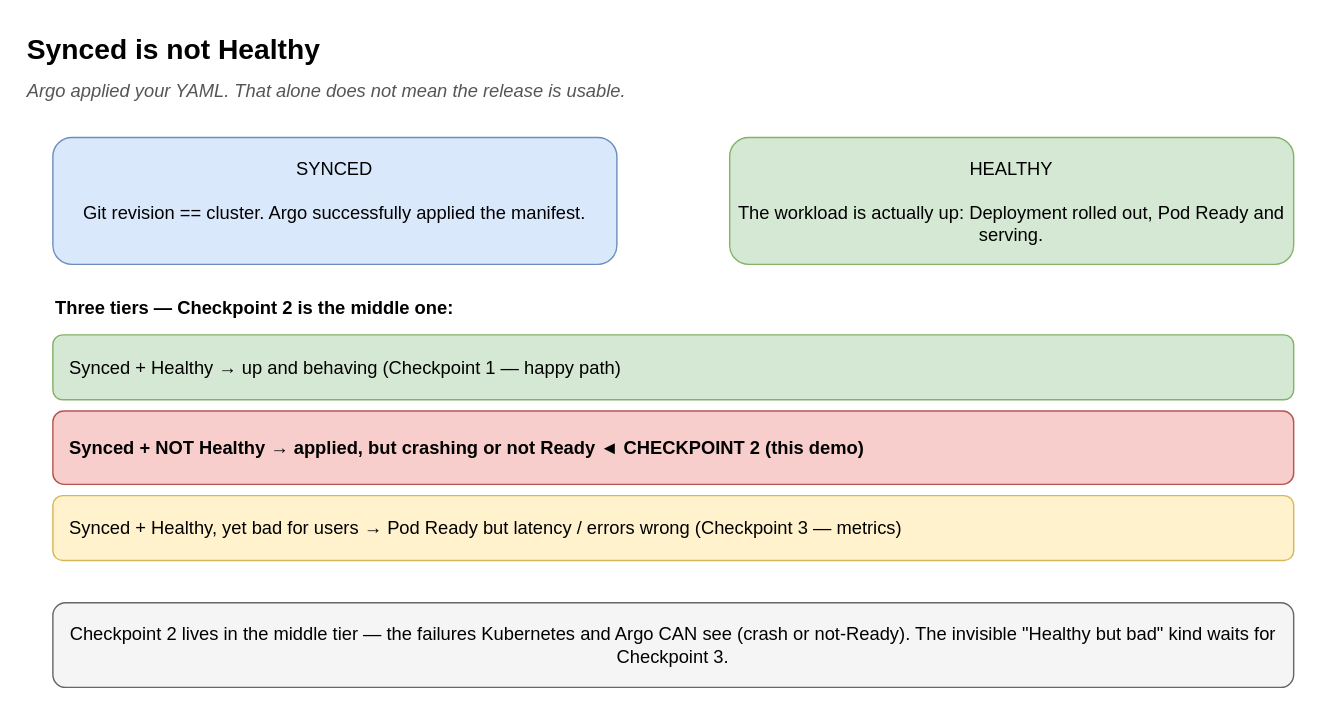
This is page "1 · Synced ≠ Healthy" (1 of 4) of docs/checkpoint-2-concepts.drawio from therealdumbprogrammer/delivery-lab, a draw.io file, before an edit. Source tidied: cells renumbered, new cells numbered last; positions are measured from the earlier drawing's top-left corner, leaving out a move shared by most shapes. Both pictures are drawn from the tidied source at 141%, with x=0, y=0 at pixel (24, 24).
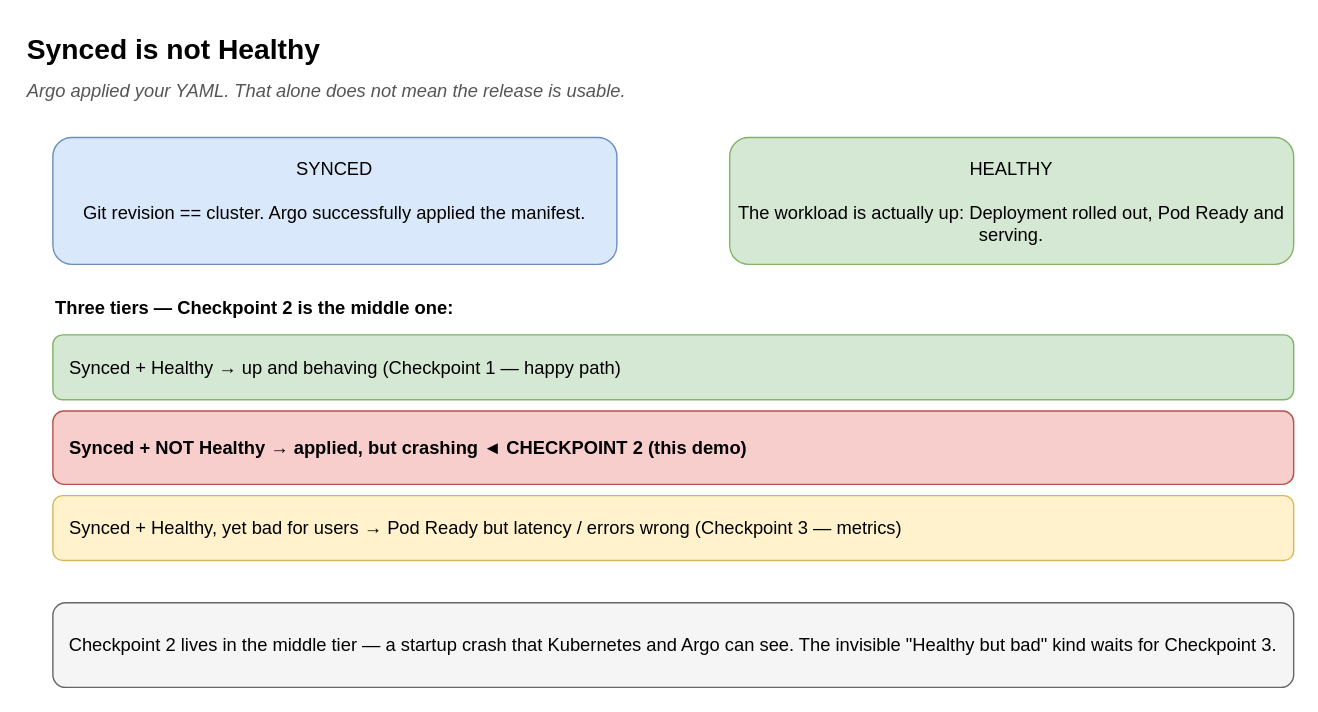
The same diagram, later.

Diff of the diagram source:
```diff
@@
 <mxGraphModel>
   <root>
     <mxCell id="0" />
     <mxCell id="1" parent="0" />
     <mxCell id="2" value="Synced is not Healthy" style="text;html=1;fontSize=20;fontStyle=1;verticalAlign=middle;" parent="1" vertex="1">
       <mxGeometry width="800" height="34" as="geometry" />
     </mxCell>
     <mxCell id="3" value="Argo applied your YAML. That alone does not mean the release is usable." style="text;html=1;fontSize=13;fontStyle=2;verticalAlign=middle;fontColor=#555555;" parent="1" vertex="1">
       <mxGeometry y="36" width="900" height="22" as="geometry" />
     </mxCell>
     <mxCell id="4" value="SYNCED&lt;br&gt;&lt;br&gt;Git revision == cluster. Argo successfully applied the manifest." style="rounded=1;whiteSpace=wrap;html=1;fillColor=#dae8fc;strokeColor=#6c8ebf;fontSize=13;verticalAlign=top;spacingTop=8;" parent="1" vertex="1">
       <mxGeometry x="20" y="80" width="400" height="90" as="geometry" />
     </mxCell>
     <mxCell id="5" value="HEALTHY&lt;br&gt;&lt;br&gt;The workload is actually up: Deployment rolled out, Pod Ready and serving." style="rounded=1;whiteSpace=wrap;html=1;fillColor=#d5e8d4;strokeColor=#82b366;fontSize=13;verticalAlign=top;spacingTop=8;" parent="1" vertex="1">
       <mxGeometry x="500" y="80" width="400" height="90" as="geometry" />
     </mxCell>
     <mxCell id="6" value="Three tiers — Checkpoint 2 is the middle one:" style="text;html=1;fontSize=13;fontStyle=1;verticalAlign=middle;" parent="1" vertex="1">
       <mxGeometry x="20" y="190" width="600" height="22" as="geometry" />
     </mxCell>
     <mxCell id="7" value="Synced + Healthy  →  up and behaving   (Checkpoint 1 — happy path)" style="rounded=1;whiteSpace=wrap;html=1;fillColor=#d5e8d4;strokeColor=#82b366;fontSize=13;verticalAlign=middle;spacingLeft=10;align=left;" parent="1" vertex="1">
       <mxGeometry x="20" y="220" width="880" height="46" as="geometry" />
     </mxCell>
-    <mxCell id="8" value="Synced + NOT Healthy  →  applied, but crashing or not Ready    ◄  CHECKPOINT 2 (this demo)" style="rounded=1;whiteSpace=wrap;html=1;fillColor=#f8cecc;strokeColor=#b85450;fontSize=13;fontStyle=1;verticalAlign=middle;spacingLeft=10;align=left;" parent="1" vertex="1">
+    <mxCell id="8" value="Synced + NOT Healthy  →  applied, but crashing    ◄  CHECKPOINT 2 (this demo)" style="rounded=1;whiteSpace=wrap;html=1;fillColor=#f8cecc;strokeColor=#b85450;fontSize=13;fontStyle=1;verticalAlign=middle;spacingLeft=10;align=left;" parent="1" vertex="1">
       <mxGeometry x="20" y="274" width="880" height="52" as="geometry" />
     </mxCell>
     <mxCell id="9" value="Synced + Healthy, yet bad for users  →  Pod Ready but latency / errors wrong   (Checkpoint 3 — metrics)" style="rounded=1;whiteSpace=wrap;html=1;fillColor=#fff2cc;strokeColor=#d6b656;fontSize=13;verticalAlign=middle;spacingLeft=10;align=left;" parent="1" vertex="1">
       <mxGeometry x="20" y="334" width="880" height="46" as="geometry" />
     </mxCell>
-    <mxCell id="10" value="Checkpoint 2 lives in the middle tier — the failures Kubernetes and Argo CAN see (crash or not-Ready). The invisible &quot;Healthy but bad&quot; kind waits for Checkpoint 3." style="rounded=1;whiteSpace=wrap;html=1;fillColor=#f5f5f5;strokeColor=#666666;fontSize=13;verticalAlign=middle;" parent="1" vertex="1">
+    <mxCell id="10" value="Checkpoint 2 lives in the middle tier — a startup crash that Kubernetes and Argo can see. The invisible &quot;Healthy but bad&quot; kind waits for Checkpoint 3." style="rounded=1;whiteSpace=wrap;html=1;fillColor=#f5f5f5;strokeColor=#666666;fontSize=13;verticalAlign=middle;" parent="1" vertex="1">
       <mxGeometry x="20" y="410" width="880" height="60" as="geometry" />
     </mxCell>
   </root>
 </mxGraphModel>
```
